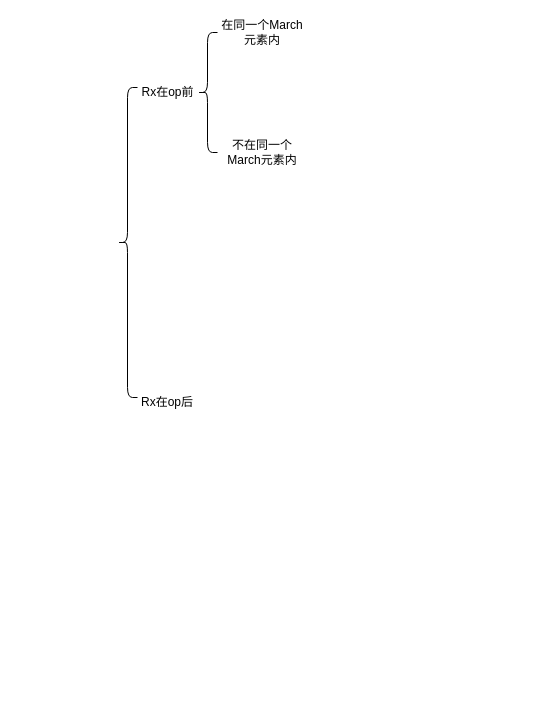
Before: doc/rx_and_op.drawio in shanshan-lu/homwork, a draw.io diagram. Source tidied: cells renumbered, new cells numbered last; positions are measured from the earlier drawing's top-left corner, leaving out a move shared by most shapes. Both pictures are drawn from the tidied source at 100%, with x=0, y=0 at pixel (117, 17).
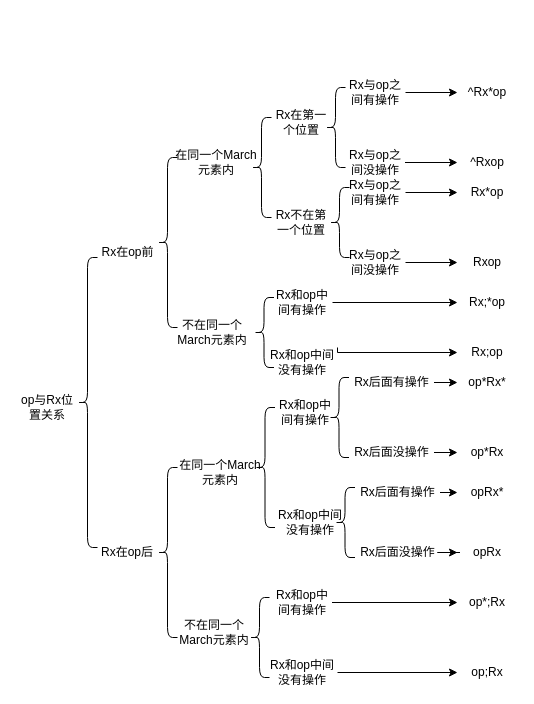
After the change.

Change to the diagram source:
```diff
@@
     <mxCell id="2" style="shape=curlyBracket;whiteSpace=wrap;html=1;rounded=1;labelPosition=left;verticalLabelPosition=middle;align=right;verticalAlign=middle;" parent="1" vertex="1">
-      <mxGeometry y="70" width="20" height="310" as="geometry" />
+      <mxGeometry x="-40" y="240" width="20" height="290" as="geometry" />
     </mxCell>
     <mxCell id="3" value="Rx在op前" style="text;html=1;align=center;verticalAlign=middle;strokeColor=none;fillColor=none;" parent="1" vertex="1">
-      <mxGeometry x="10" y="60" width="80" height="30" as="geometry" />
+      <mxGeometry x="-30" y="220" width="80" height="30" as="geometry" />
     </mxCell>
     <mxCell id="4" value="Rx在op后" style="text;html=1;strokeColor=none;fillColor=none;align=center;verticalAlign=middle;whiteSpace=wrap;rounded=0;" parent="1" vertex="1">
-      <mxGeometry x="20" y="370" width="60" height="30" as="geometry" />
+      <mxGeometry x="-20" y="520" width="60" height="30" as="geometry" />
     </mxCell>
     <mxCell id="5" style="shape=curlyBracket;whiteSpace=wrap;html=1;rounded=1;labelPosition=left;verticalLabelPosition=middle;align=right;verticalAlign=middle;" parent="1" vertex="1">
-      <mxGeometry x="80" y="15" width="20" height="120" as="geometry" />
+      <mxGeometry x="40" y="140" width="20" height="170" as="geometry" />
     </mxCell>
     <mxCell id="6" value="在同一个March元素内" style="text;html=1;strokeColor=none;fillColor=none;align=center;verticalAlign=middle;whiteSpace=wrap;rounded=0;" parent="1" vertex="1">
-      <mxGeometry x="100" width="90" height="30" as="geometry" />
+      <mxGeometry x="54" y="130" width="90" height="30" as="geometry" />
     </mxCell>
     <mxCell id="7" value="不在同一个March元素内" style="text;html=1;strokeColor=none;fillColor=none;align=center;verticalAlign=middle;whiteSpace=wrap;rounded=0;" parent="1" vertex="1">
-      <mxGeometry x="100" y="120" width="90" height="30" as="geometry" />
+      <mxGeometry x="50" y="300" width="90" height="30" as="geometry" />
     </mxCell>
+    <mxCell id="8" style="shape=curlyBracket;whiteSpace=wrap;html=1;rounded=1;labelPosition=left;verticalLabelPosition=middle;align=right;verticalAlign=middle;size=0.5;" parent="1" vertex="1">
+      <mxGeometry x="40" y="450" width="20" height="170" as="geometry" />
+    </mxCell>
+    <mxCell id="9" value="在同一个March元素内" style="text;html=1;strokeColor=none;fillColor=none;align=center;verticalAlign=middle;whiteSpace=wrap;rounded=0;" parent="1" vertex="1">
+      <mxGeometry x="57.5" y="440" width="90" height="30" as="geometry" />
+    </mxCell>
+    <mxCell id="10" value="不在同一个March元素内" style="text;html=1;strokeColor=none;fillColor=none;align=center;verticalAlign=middle;whiteSpace=wrap;rounded=0;" parent="1" vertex="1">
+      <mxGeometry x="52" y="600" width="90" height="30" as="geometry" />
+    </mxCell>
+    <mxCell id="11" style="shape=curlyBracket;whiteSpace=wrap;html=1;rounded=1;labelPosition=left;verticalLabelPosition=middle;align=right;verticalAlign=middle;" parent="1" vertex="1">
+      <mxGeometry x="134" y="100" width="20" height="100" as="geometry" />
+    </mxCell>
+    <mxCell id="12" style="shape=curlyBracket;whiteSpace=wrap;html=1;rounded=1;labelPosition=left;verticalLabelPosition=middle;align=right;verticalAlign=middle;" parent="1" vertex="1">
+      <mxGeometry x="137.5" y="390" width="20" height="120" as="geometry" />
+    </mxCell>
+    <mxCell id="13" style="shape=curlyBracket;whiteSpace=wrap;html=1;rounded=1;labelPosition=left;verticalLabelPosition=middle;align=right;verticalAlign=middle;size=0.5;" parent="1" vertex="1">
+      <mxGeometry x="132" y="580" width="20" height="80" as="geometry" />
+    </mxCell>
+    <mxCell id="14" value="Rx在第一个位置" style="text;html=1;strokeColor=none;fillColor=none;align=center;verticalAlign=middle;whiteSpace=wrap;rounded=0;" parent="1" vertex="1">
+      <mxGeometry x="154" y="90" width="60" height="30" as="geometry" />
+    </mxCell>
+    <mxCell id="15" value="Rx不在第一个位置" style="text;html=1;strokeColor=none;fillColor=none;align=center;verticalAlign=middle;whiteSpace=wrap;rounded=0;" parent="1" vertex="1">
+      <mxGeometry x="154" y="190" width="60" height="30" as="geometry" />
+    </mxCell>
+    <mxCell id="16" value="Rx和op中间有操作" style="text;html=1;strokeColor=none;fillColor=none;align=center;verticalAlign=middle;whiteSpace=wrap;rounded=0;" parent="1" vertex="1">
+      <mxGeometry x="157.5" y="380" width="60" height="30" as="geometry" />
+    </mxCell>
+    <mxCell id="17" value="Rx和op中间没有操作" style="text;html=1;strokeColor=none;fillColor=none;align=center;verticalAlign=middle;whiteSpace=wrap;rounded=0;" parent="1" vertex="1">
+      <mxGeometry x="157.5" y="490" width="70" height="30" as="geometry" />
+    </mxCell>
+    <mxCell id="18" style="edgeStyle=orthogonalEdgeStyle;rounded=0;jettySize=auto;html=1;exitX=1;exitY=0.5;exitDx=0;exitDy=0;entryX=0;entryY=0.5;entryDx=0;entryDy=0;" parent="1" edge="1" source="19" target="58">
+      <mxGeometry relative="1" as="geometry" />
+    </mxCell>
+    <mxCell id="19" value="Rx和op中间有操作" style="text;html=1;strokeColor=none;fillColor=none;align=center;verticalAlign=middle;whiteSpace=wrap;rounded=0;" parent="1" vertex="1">
+      <mxGeometry x="154.5" y="570" width="60" height="30" as="geometry" />
+    </mxCell>
+    <mxCell id="20" style="edgeStyle=orthogonalEdgeStyle;rounded=0;jettySize=auto;html=1;exitX=1;exitY=0.5;exitDx=0;exitDy=0;entryX=0;entryY=0.5;entryDx=0;entryDy=0;" parent="1" edge="1" source="21" target="59">
+      <mxGeometry relative="1" as="geometry" />
+    </mxCell>
+    <mxCell id="21" value="Rx和op中间没有操作" style="text;html=1;strokeColor=none;fillColor=none;align=center;verticalAlign=middle;whiteSpace=wrap;rounded=0;" parent="1" vertex="1">
+      <mxGeometry x="150" y="640" width="70" height="30" as="geometry" />
+    </mxCell>
+    <mxCell id="22" style="shape=curlyBracket;whiteSpace=wrap;html=1;rounded=1;labelPosition=left;verticalLabelPosition=middle;align=right;verticalAlign=middle;" parent="1" vertex="1">
+      <mxGeometry x="211.5" y="360" width="20" height="80" as="geometry" />
+    </mxCell>
+    <mxCell id="23" style="edgeStyle=orthogonalEdgeStyle;rounded=0;jettySize=auto;html=1;exitX=1;exitY=0.5;exitDx=0;exitDy=0;entryX=0;entryY=0.5;entryDx=0;entryDy=0;" parent="1" edge="1" source="24" target="54">
+      <mxGeometry relative="1" as="geometry" />
+    </mxCell>
+    <mxCell id="24" value="Rx后面有操作" style="text;html=1;strokeColor=none;fillColor=none;align=center;verticalAlign=middle;whiteSpace=wrap;rounded=0;" parent="1" vertex="1">
+      <mxGeometry x="231.5" y="350" width="85" height="30" as="geometry" />
+    </mxCell>
+    <mxCell id="25" style="edgeStyle=orthogonalEdgeStyle;rounded=0;jettySize=auto;html=1;exitX=1;exitY=0.5;exitDx=0;exitDy=0;entryX=0;entryY=0.5;entryDx=0;entryDy=0;" parent="1" edge="1" source="26" target="55">
+      <mxGeometry relative="1" as="geometry" />
+    </mxCell>
+    <mxCell id="26" value="Rx后面没操作" style="text;html=1;strokeColor=none;fillColor=none;align=center;verticalAlign=middle;whiteSpace=wrap;rounded=0;" parent="1" vertex="1">
+      <mxGeometry x="231.5" y="420" width="85" height="30" as="geometry" />
+    </mxCell>
+    <mxCell id="27" style="shape=curlyBracket;whiteSpace=wrap;html=1;rounded=1;labelPosition=left;verticalLabelPosition=middle;align=right;verticalAlign=middle;" parent="1" vertex="1">
+      <mxGeometry x="217.5" y="470" width="20" height="70" as="geometry" />
+    </mxCell>
+    <mxCell id="28" style="edgeStyle=orthogonalEdgeStyle;rounded=0;jettySize=auto;html=1;exitX=1;exitY=0.5;exitDx=0;exitDy=0;entryX=0;entryY=0.5;entryDx=0;entryDy=0;" parent="1" edge="1" source="29" target="56">
+      <mxGeometry relative="1" as="geometry" />
+    </mxCell>
+    <mxCell id="29" value="Rx后面有操作" style="text;html=1;strokeColor=none;fillColor=none;align=center;verticalAlign=middle;whiteSpace=wrap;rounded=0;" parent="1" vertex="1">
+      <mxGeometry x="237.5" y="460" width="85" height="30" as="geometry" />
+    </mxCell>
+    <mxCell id="30" style="edgeStyle=orthogonalEdgeStyle;rounded=0;jettySize=auto;html=1;exitX=1;exitY=0.5;exitDx=0;exitDy=0;" parent="1" edge="1" source="31" target="57">
+      <mxGeometry relative="1" as="geometry" />
+    </mxCell>
+    <mxCell id="31" value="Rx后面没操作" style="text;html=1;strokeColor=none;fillColor=none;align=center;verticalAlign=middle;whiteSpace=wrap;rounded=0;" parent="1" vertex="1">
+      <mxGeometry x="237.5" y="520" width="85" height="30" as="geometry" />
+    </mxCell>
+    <mxCell id="32" style="shape=curlyBracket;whiteSpace=wrap;html=1;rounded=1;labelPosition=left;verticalLabelPosition=middle;align=right;verticalAlign=middle;" parent="1" vertex="1">
+      <mxGeometry x="136.5" y="280" width="20" height="70" as="geometry" />
+    </mxCell>
+    <mxCell id="33" style="edgeStyle=orthogonalEdgeStyle;rounded=0;jettySize=auto;html=1;exitX=1;exitY=0.5;exitDx=0;exitDy=0;entryX=0;entryY=0.5;entryDx=0;entryDy=0;" parent="1" edge="1" source="34" target="52">
+      <mxGeometry relative="1" as="geometry" />
+    </mxCell>
+    <mxCell id="34" value="Rx和op中间有操作" style="text;html=1;strokeColor=none;fillColor=none;align=center;verticalAlign=middle;whiteSpace=wrap;rounded=0;" parent="1" vertex="1">
+      <mxGeometry x="155" y="270" width="60" height="30" as="geometry" />
+    </mxCell>
+    <mxCell id="35" style="edgeStyle=orthogonalEdgeStyle;rounded=0;jettySize=auto;html=1;exitX=1;exitY=0;exitDx=0;exitDy=0;entryX=0;entryY=0.5;entryDx=0;entryDy=0;" parent="1" edge="1" source="36" target="53">
+      <mxGeometry relative="1" as="geometry">
+        <Array as="points">
+          <mxPoint x="220" y="335" />
+        </Array>
+      </mxGeometry>
+    </mxCell>
+    <mxCell id="36" value="Rx和op中间没有操作" style="text;html=1;strokeColor=none;fillColor=none;align=center;verticalAlign=middle;whiteSpace=wrap;rounded=0;" parent="1" vertex="1">
+      <mxGeometry x="150" y="330" width="70" height="30" as="geometry" />
+    </mxCell>
+    <mxCell id="37" value="op与Rx位置关系" style="text;html=1;strokeColor=none;fillColor=none;align=center;verticalAlign=middle;whiteSpace=wrap;rounded=0;" parent="1" vertex="1">
+      <mxGeometry x="-100" y="375" width="60" height="30" as="geometry" />
+    </mxCell>
+    <mxCell id="38" style="shape=curlyBracket;whiteSpace=wrap;html=1;rounded=1;labelPosition=left;verticalLabelPosition=middle;align=right;verticalAlign=middle;" parent="1" vertex="1">
+      <mxGeometry x="208" y="70" width="20" height="80" as="geometry" />
+    </mxCell>
+    <mxCell id="39" style="shape=curlyBracket;whiteSpace=wrap;html=1;rounded=1;labelPosition=left;verticalLabelPosition=middle;align=right;verticalAlign=middle;" parent="1" vertex="1">
+      <mxGeometry x="212" y="170" width="20" height="70" as="geometry" />
+    </mxCell>
+    <mxCell id="40" style="edgeStyle=orthogonalEdgeStyle;rounded=0;jettySize=auto;html=1;exitX=1;exitY=0.5;exitDx=0;exitDy=0;entryX=0;entryY=0.5;entryDx=0;entryDy=0;" parent="1" edge="1" source="41" target="48">
+      <mxGeometry relative="1" as="geometry" />
+    </mxCell>
+    <mxCell id="41" value="Rx与op之间有操作" style="text;html=1;strokeColor=none;fillColor=none;align=center;verticalAlign=middle;whiteSpace=wrap;rounded=0;" parent="1" vertex="1">
+      <mxGeometry x="228" y="60" width="60" height="30" as="geometry" />
+    </mxCell>
+    <mxCell id="42" style="edgeStyle=orthogonalEdgeStyle;rounded=0;jettySize=auto;html=1;entryX=0;entryY=0.5;entryDx=0;entryDy=0;" parent="1" edge="1" source="43" target="49">
+      <mxGeometry relative="1" as="geometry" />
+    </mxCell>
+    <mxCell id="43" value="Rx与op之间没操作" style="text;html=1;strokeColor=none;fillColor=none;align=center;verticalAlign=middle;whiteSpace=wrap;rounded=0;" parent="1" vertex="1">
+      <mxGeometry x="227.5" y="130" width="60" height="30" as="geometry" />
+    </mxCell>
+    <mxCell id="44" style="edgeStyle=orthogonalEdgeStyle;rounded=0;jettySize=auto;html=1;exitX=1;exitY=0.5;exitDx=0;exitDy=0;entryX=0;entryY=0.5;entryDx=0;entryDy=0;" parent="1" edge="1" source="45" target="50">
+      <mxGeometry relative="1" as="geometry" />
+    </mxCell>
+    <mxCell id="45" value="Rx与op之间有操作" style="text;html=1;strokeColor=none;fillColor=none;align=center;verticalAlign=middle;whiteSpace=wrap;rounded=0;" parent="1" vertex="1">
+      <mxGeometry x="228" y="160" width="60" height="30" as="geometry" />
+    </mxCell>
+    <mxCell id="46" style="edgeStyle=orthogonalEdgeStyle;rounded=0;jettySize=auto;html=1;exitX=1;exitY=0.5;exitDx=0;exitDy=0;entryX=0;entryY=0.5;entryDx=0;entryDy=0;" parent="1" edge="1" source="47" target="51">
+      <mxGeometry relative="1" as="geometry" />
+    </mxCell>
+    <mxCell id="47" value="Rx与op之间没操作" style="text;html=1;strokeColor=none;fillColor=none;align=center;verticalAlign=middle;whiteSpace=wrap;rounded=0;" parent="1" vertex="1">
+      <mxGeometry x="228" y="230" width="60" height="30" as="geometry" />
+    </mxCell>
+    <mxCell id="48" value="^Rx*op" style="text;html=1;strokeColor=none;fillColor=none;align=center;verticalAlign=middle;whiteSpace=wrap;rounded=0;" parent="1" vertex="1">
+      <mxGeometry x="340" y="60" width="60" height="30" as="geometry" />
+    </mxCell>
+    <mxCell id="49" value="^Rxop" style="text;html=1;strokeColor=none;fillColor=none;align=center;verticalAlign=middle;whiteSpace=wrap;rounded=0;" parent="1" vertex="1">
+      <mxGeometry x="340" y="130" width="60" height="30" as="geometry" />
+    </mxCell>
+    <mxCell id="50" value="Rx*op" style="text;html=1;strokeColor=none;fillColor=none;align=center;verticalAlign=middle;whiteSpace=wrap;rounded=0;" parent="1" vertex="1">
+      <mxGeometry x="340" y="160" width="60" height="30" as="geometry" />
+    </mxCell>
+    <mxCell id="51" value="Rxop" style="text;html=1;strokeColor=none;fillColor=none;align=center;verticalAlign=middle;whiteSpace=wrap;rounded=0;" parent="1" vertex="1">
+      <mxGeometry x="340" y="230" width="60" height="30" as="geometry" />
+    </mxCell>
+    <mxCell id="52" value="Rx;*op" style="text;html=1;strokeColor=none;fillColor=none;align=center;verticalAlign=middle;whiteSpace=wrap;rounded=0;" parent="1" vertex="1">
+      <mxGeometry x="340" y="270" width="60" height="30" as="geometry" />
+    </mxCell>
+    <mxCell id="53" value="Rx;op" style="text;html=1;strokeColor=none;fillColor=none;align=center;verticalAlign=middle;whiteSpace=wrap;rounded=0;" parent="1" vertex="1">
+      <mxGeometry x="340" y="320" width="60" height="30" as="geometry" />
+    </mxCell>
+    <mxCell id="54" value="op*Rx*" style="text;html=1;strokeColor=none;fillColor=none;align=center;verticalAlign=middle;whiteSpace=wrap;rounded=0;" parent="1" vertex="1">
+      <mxGeometry x="340" y="350" width="60" height="30" as="geometry" />
+    </mxCell>
+    <mxCell id="55" value="op*Rx" style="text;html=1;strokeColor=none;fillColor=none;align=center;verticalAlign=middle;whiteSpace=wrap;rounded=0;" parent="1" vertex="1">
+      <mxGeometry x="340" y="420" width="60" height="30" as="geometry" />
+    </mxCell>
+    <mxCell id="56" value="opRx*" style="text;html=1;strokeColor=none;fillColor=none;align=center;verticalAlign=middle;whiteSpace=wrap;rounded=0;" parent="1" vertex="1">
+      <mxGeometry x="340" y="460" width="60" height="30" as="geometry" />
+    </mxCell>
+    <mxCell id="57" value="opRx" style="text;html=1;strokeColor=none;fillColor=none;align=center;verticalAlign=middle;whiteSpace=wrap;rounded=0;" parent="1" vertex="1">
+      <mxGeometry x="340" y="520" width="60" height="30" as="geometry" />
+    </mxCell>
+    <mxCell id="58" value="op*;Rx" style="text;html=1;strokeColor=none;fillColor=none;align=center;verticalAlign=middle;whiteSpace=wrap;rounded=0;" parent="1" vertex="1">
+      <mxGeometry x="340" y="570" width="60" height="30" as="geometry" />
+    </mxCell>
+    <mxCell id="59" value="op;Rx" style="text;html=1;strokeColor=none;fillColor=none;align=center;verticalAlign=middle;whiteSpace=wrap;rounded=0;" parent="1" vertex="1">
+      <mxGeometry x="340" y="640" width="60" height="30" as="geometry" />
+    </mxCell>
```
